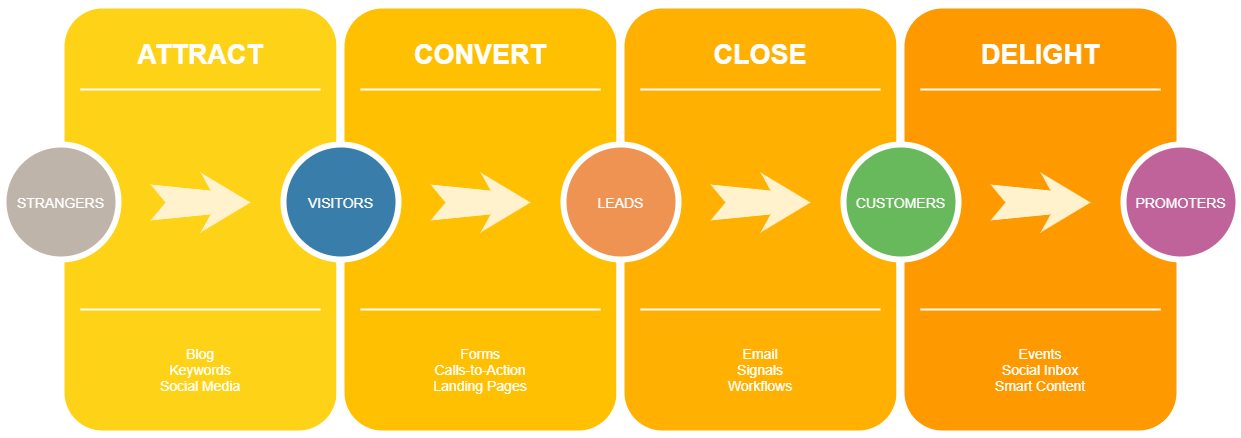
Above: Diagram.drawio.png in Hanochliu323/MyDiagrams (draw.io), before the change. Source tidied: cells renumbered, new cells last; positions are measured from the earlier drawing's top-left corner, leaving out a move shared by most shapes.
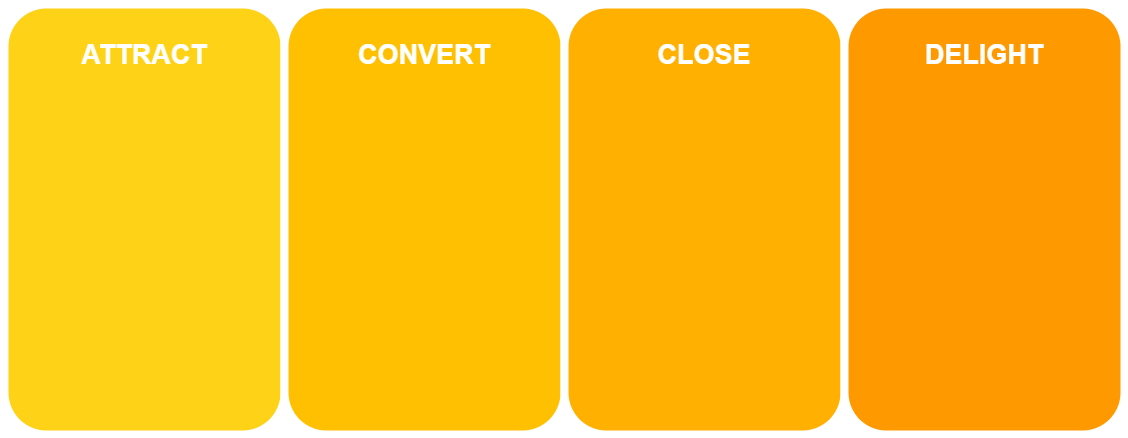
The same file after the commit.

The edit, as a diff of the source:
```diff
@@ -8,86 +8,23 @@
     <mxCell id="3" value="ATTRACT" style="text;html=1;strokeColor=none;fillColor=none;align=center;verticalAlign=middle;whiteSpace=wrap;rounded=0;shadow=0;fontSize=27;fontColor=#FFFFFF;fontStyle=1;" parent="1" vertex="1">
       <mxGeometry x="57" y="20" width="280" height="60" as="geometry" />
     </mxCell>
-    <mxCell id="4" value="Blog&lt;div&gt;Keywords&lt;/div&gt;&lt;div&gt;Social Media&lt;/div&gt;" style="text;html=1;strokeColor=none;fillColor=none;align=center;verticalAlign=middle;whiteSpace=wrap;rounded=0;shadow=0;fontSize=14;fontColor=#FFFFFF;" parent="1" vertex="1">
-      <mxGeometry x="57" y="320" width="280" height="90" as="geometry" />
-    </mxCell>
-    <mxCell id="5" style="line;strokeWidth=2;html=1;rounded=0;shadow=0;fontSize=27;align=center;fillColor=none;strokeColor=#FFFFFF;" parent="1" vertex="1">
-      <mxGeometry x="77" y="80" width="240" height="10" as="geometry" />
-    </mxCell>
-    <mxCell id="6" style="line;strokeWidth=2;html=1;rounded=0;shadow=0;fontSize=27;align=center;fillColor=none;strokeColor=#FFFFFF;" parent="1" vertex="1">
-      <mxGeometry x="77" y="300" width="240" height="10" as="geometry" />
-    </mxCell>
-    <mxCell id="7" value="STRANGERS" style="ellipse;whiteSpace=wrap;html=1;rounded=0;shadow=0;strokeWidth=6;fontSize=14;align=center;fillColor=#BFB4A9;strokeColor=#FFFFFF;fontColor=#FFFFFF;" parent="1" vertex="1">
-      <mxGeometry y="140" width="115" height="115" as="geometry" />
-    </mxCell>
-    <mxCell id="8" style="html=1;shadow=0;dashed=0;align=center;verticalAlign=middle;shape=mxgraph.arrows2.stylisedArrow;dy=0.6;dx=40;notch=15;feather=0.4;rounded=0;strokeWidth=1;fontSize=27;strokeColor=none;fillColor=#fff2cc;" parent="1" vertex="1">
-      <mxGeometry x="147" y="168" width="100" height="60" as="geometry" />
-    </mxCell>
     <mxCell id="9" style="whiteSpace=wrap;html=1;rounded=1;shadow=0;strokeWidth=8;fontSize=20;align=center;fillColor=#FFC001;strokeColor=#FFFFFF;" parent="1" vertex="1">
       <mxGeometry x="337" width="280" height="430" as="geometry" />
     </mxCell>
     <mxCell id="10" value="CONVERT" style="text;html=1;strokeColor=none;fillColor=none;align=center;verticalAlign=middle;whiteSpace=wrap;rounded=0;shadow=0;fontSize=27;fontColor=#FFFFFF;fontStyle=1;" parent="1" vertex="1">
       <mxGeometry x="337" y="20" width="280" height="60" as="geometry" />
     </mxCell>
-    <mxCell id="11" value="Forms&lt;div&gt;Calls-to-Action&lt;/div&gt;&lt;div&gt;Landing Pages&lt;/div&gt;" style="text;html=1;strokeColor=none;fillColor=none;align=center;verticalAlign=middle;whiteSpace=wrap;rounded=0;shadow=0;fontSize=14;fontColor=#FFFFFF;" parent="1" vertex="1">
-      <mxGeometry x="337" y="320" width="280" height="90" as="geometry" />
-    </mxCell>
-    <mxCell id="12" style="line;strokeWidth=2;html=1;rounded=0;shadow=0;fontSize=27;align=center;fillColor=none;strokeColor=#FFFFFF;" parent="1" vertex="1">
-      <mxGeometry x="357" y="80" width="240" height="10" as="geometry" />
-    </mxCell>
-    <mxCell id="13" style="line;strokeWidth=2;html=1;rounded=0;shadow=0;fontSize=27;align=center;fillColor=none;strokeColor=#FFFFFF;" parent="1" vertex="1">
-      <mxGeometry x="357" y="300" width="240" height="10" as="geometry" />
-    </mxCell>
-    <mxCell id="14" value="VISITORS" style="ellipse;whiteSpace=wrap;html=1;rounded=0;shadow=0;strokeWidth=6;fontSize=14;align=center;fillColor=#397DAA;strokeColor=#FFFFFF;fontColor=#FFFFFF;" parent="1" vertex="1">
-      <mxGeometry x="280" y="140" width="115" height="115" as="geometry" />
-    </mxCell>
-    <mxCell id="15" style="html=1;shadow=0;dashed=0;align=center;verticalAlign=middle;shape=mxgraph.arrows2.stylisedArrow;dy=0.6;dx=40;notch=15;feather=0.4;rounded=0;strokeWidth=1;fontSize=27;strokeColor=none;fillColor=#fff2cc;" parent="1" vertex="1">
-      <mxGeometry x="427" y="168" width="100" height="60" as="geometry" />
-    </mxCell>
     <mxCell id="16" style="whiteSpace=wrap;html=1;rounded=1;shadow=0;strokeWidth=8;fontSize=20;align=center;fillColor=#FFB001;strokeColor=#FFFFFF;" parent="1" vertex="1">
       <mxGeometry x="617" width="280" height="430" as="geometry" />
     </mxCell>
     <mxCell id="17" value="CLOSE" style="text;html=1;strokeColor=none;fillColor=none;align=center;verticalAlign=middle;whiteSpace=wrap;rounded=0;shadow=0;fontSize=27;fontColor=#FFFFFF;fontStyle=1;" parent="1" vertex="1">
       <mxGeometry x="617" y="20" width="280" height="60" as="geometry" />
     </mxCell>
-    <mxCell id="18" value="Email&lt;div&gt;Signals&lt;/div&gt;&lt;div&gt;Workflows&lt;/div&gt;" style="text;html=1;strokeColor=none;fillColor=none;align=center;verticalAlign=middle;whiteSpace=wrap;rounded=0;shadow=0;fontSize=14;fontColor=#FFFFFF;" parent="1" vertex="1">
-      <mxGeometry x="617" y="320" width="280" height="90" as="geometry" />
-    </mxCell>
-    <mxCell id="19" style="line;strokeWidth=2;html=1;rounded=0;shadow=0;fontSize=27;align=center;fillColor=none;strokeColor=#FFFFFF;" parent="1" vertex="1">
-      <mxGeometry x="637" y="80" width="240" height="10" as="geometry" />
-    </mxCell>
-    <mxCell id="20" style="line;strokeWidth=2;html=1;rounded=0;shadow=0;fontSize=27;align=center;fillColor=none;strokeColor=#FFFFFF;" parent="1" vertex="1">
-      <mxGeometry x="637" y="300" width="240" height="10" as="geometry" />
-    </mxCell>
-    <mxCell id="21" value="LEADS" style="ellipse;whiteSpace=wrap;html=1;rounded=0;shadow=0;strokeWidth=6;fontSize=14;align=center;fillColor=#EF9353;strokeColor=#FFFFFF;fontColor=#FFFFFF;" parent="1" vertex="1">
-      <mxGeometry x="560" y="140" width="115" height="115" as="geometry" />
-    </mxCell>
-    <mxCell id="22" style="html=1;shadow=0;dashed=0;align=center;verticalAlign=middle;shape=mxgraph.arrows2.stylisedArrow;dy=0.6;dx=40;notch=15;feather=0.4;rounded=0;strokeWidth=1;fontSize=27;strokeColor=none;fillColor=#fff2cc;" parent="1" vertex="1">
-      <mxGeometry x="707" y="168" width="100" height="60" as="geometry" />
-    </mxCell>
     <mxCell id="23" style="whiteSpace=wrap;html=1;rounded=1;shadow=0;strokeWidth=8;fontSize=20;align=center;fillColor=#FE9900;strokeColor=#FFFFFF;" parent="1" vertex="1">
       <mxGeometry x="897" width="280" height="430" as="geometry" />
     </mxCell>
     <mxCell id="24" value="DELIGHT" style="text;html=1;strokeColor=none;fillColor=none;align=center;verticalAlign=middle;whiteSpace=wrap;rounded=0;shadow=0;fontSize=27;fontColor=#FFFFFF;fontStyle=1;" parent="1" vertex="1">
       <mxGeometry x="897" y="20" width="280" height="60" as="geometry" />
     </mxCell>
-    <mxCell id="25" value="Events&lt;div&gt;Social Inbox&lt;/div&gt;&lt;div&gt;Smart Content&lt;/div&gt;" style="text;html=1;strokeColor=none;fillColor=none;align=center;verticalAlign=middle;whiteSpace=wrap;rounded=0;shadow=0;fontSize=14;fontColor=#FFFFFF;" parent="1" vertex="1">
-      <mxGeometry x="897" y="320" width="280" height="90" as="geometry" />
-    </mxCell>
-    <mxCell id="26" style="line;strokeWidth=2;html=1;rounded=0;shadow=0;fontSize=27;align=center;fillColor=none;strokeColor=#FFFFFF;" parent="1" vertex="1">
-      <mxGeometry x="917" y="80" width="240" height="10" as="geometry" />
-    </mxCell>
-    <mxCell id="27" style="line;strokeWidth=2;html=1;rounded=0;shadow=0;fontSize=27;align=center;fillColor=none;strokeColor=#FFFFFF;" parent="1" vertex="1">
-      <mxGeometry x="917" y="300" width="240" height="10" as="geometry" />
-    </mxCell>
-    <mxCell id="28" value="CUSTOMERS" style="ellipse;whiteSpace=wrap;html=1;rounded=0;shadow=0;strokeWidth=6;fontSize=14;align=center;fillColor=#68B85C;strokeColor=#FFFFFF;fontColor=#FFFFFF;" parent="1" vertex="1">
-      <mxGeometry x="840" y="140" width="115" height="115" as="geometry" />
-    </mxCell>
-    <mxCell id="29" style="html=1;shadow=0;dashed=0;align=center;verticalAlign=middle;shape=mxgraph.arrows2.stylisedArrow;dy=0.6;dx=40;notch=15;feather=0.4;rounded=0;strokeWidth=1;fontSize=27;strokeColor=none;fillColor=#fff2cc;" parent="1" vertex="1">
-      <mxGeometry x="987" y="168" width="100" height="60" as="geometry" />
-    </mxCell>
-    <mxCell id="30" value="PROMOTERS" style="ellipse;whiteSpace=wrap;html=1;rounded=0;shadow=0;strokeWidth=6;fontSize=14;align=center;fillColor=#BF639A;strokeColor=#FFFFFF;fontColor=#FFFFFF;" parent="1" vertex="1">
-      <mxGeometry x="1120" y="140" width="115" height="115" as="geometry" />
-    </mxCell>
   </root>
 </mxGraphModel>
```
